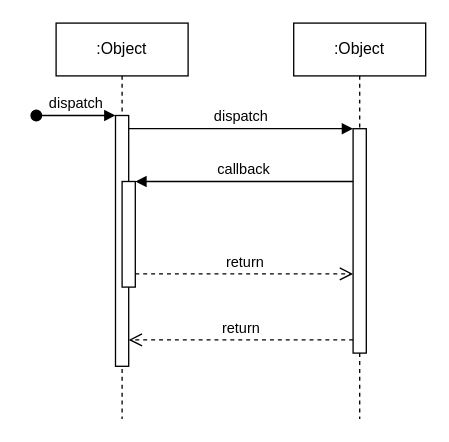
This is Diagrama sem nome.drawio from DielmeRamosGomes/rep-nuvem-dielme, a draw.io file, before an edit. Source tidied: cells renumbered, new cells numbered last; positions are measured from the earlier drawing's top-left corner, leaving out a move shared by most shapes. Both pictures are drawn from the tidied source at 132%, with x=0, y=0 at pixel (36, 22).
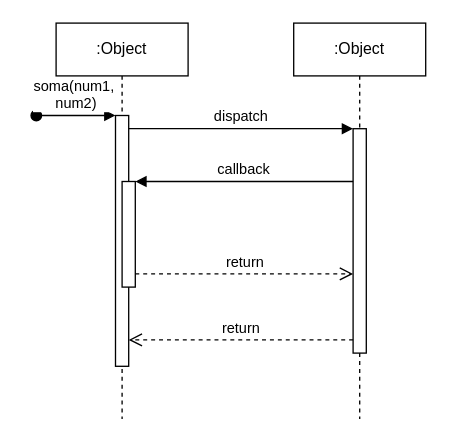
After the change.

Commit message:
diagrama-de-sequencia-teste

Diff of the diagram source:
```diff
@@
 <mxGraphModel>
   <root>
     <mxCell id="0" />
     <mxCell id="1" parent="0" />
     <mxCell id="2" value=":Object" style="shape=umlLifeline;perimeter=lifelinePerimeter;whiteSpace=wrap;html=1;newEdgeStyle={&quot;edgeStyle&quot;:&quot;elbowEdgeStyle&quot;,&quot;elbow&quot;:&quot;vertical&quot;,&quot;curved&quot;:0,&quot;rounded&quot;:0};" parent="1" vertex="1">
       <mxGeometry x="15" width="100" height="300" as="geometry" />
     </mxCell>
     <mxCell id="3" style="html=1;points=[];perimeter=orthogonalPerimeter;outlineConnect=0;targetShapes=umlLifeline;portConstraint=eastwest;newEdgeStyle={&quot;edgeStyle&quot;:&quot;elbowEdgeStyle&quot;,&quot;elbow&quot;:&quot;vertical&quot;,&quot;curved&quot;:0,&quot;rounded&quot;:0};" parent="2" vertex="1">
       <mxGeometry x="45" y="70" width="10" height="190" as="geometry" />
     </mxCell>
-    <mxCell id="4" value="dispatch" style="html=1;verticalAlign=bottom;startArrow=oval;endArrow=block;startSize=8;edgeStyle=elbowEdgeStyle;elbow=vertical;curved=0;rounded=0;" parent="2" edge="1" target="3">
+    <mxCell id="4" value="soma(num1,&amp;nbsp;&lt;div&gt;num2)&lt;/div&gt;" style="html=1;verticalAlign=bottom;startArrow=oval;endArrow=block;startSize=8;edgeStyle=elbowEdgeStyle;elbow=vertical;curved=0;rounded=0;" parent="2" edge="1" target="3">
       <mxGeometry relative="1" as="geometry">
         <mxPoint x="-15" y="70" as="sourcePoint" />
       </mxGeometry>
     </mxCell>
     <mxCell id="5" style="html=1;points=[];perimeter=orthogonalPerimeter;outlineConnect=0;targetShapes=umlLifeline;portConstraint=eastwest;newEdgeStyle={&quot;edgeStyle&quot;:&quot;elbowEdgeStyle&quot;,&quot;elbow&quot;:&quot;vertical&quot;,&quot;curved&quot;:0,&quot;rounded&quot;:0};" parent="2" vertex="1">
       <mxGeometry x="50" y="120" width="10" height="80" as="geometry" />
     </mxCell>
     <mxCell id="6" value=":Object" style="shape=umlLifeline;perimeter=lifelinePerimeter;whiteSpace=wrap;html=1;newEdgeStyle={&quot;edgeStyle&quot;:&quot;elbowEdgeStyle&quot;,&quot;elbow&quot;:&quot;vertical&quot;,&quot;curved&quot;:0,&quot;rounded&quot;:0};" parent="1" vertex="1">
       <mxGeometry x="195" width="100" height="300" as="geometry" />
     </mxCell>
     <mxCell id="7" style="html=1;points=[];perimeter=orthogonalPerimeter;outlineConnect=0;targetShapes=umlLifeline;portConstraint=eastwest;newEdgeStyle={&quot;edgeStyle&quot;:&quot;elbowEdgeStyle&quot;,&quot;elbow&quot;:&quot;vertical&quot;,&quot;curved&quot;:0,&quot;rounded&quot;:0};" parent="6" vertex="1">
       <mxGeometry x="45" y="80" width="10" height="170" as="geometry" />
     </mxCell>
     <mxCell id="8" value="dispatch" style="html=1;verticalAlign=bottom;endArrow=block;edgeStyle=elbowEdgeStyle;elbow=vertical;curved=0;rounded=0;" parent="1" edge="1" source="3" target="7">
       <mxGeometry relative="1" as="geometry">
         <Array as="points">
           <mxPoint x="155" y="80" />
         </Array>
       </mxGeometry>
     </mxCell>
     <mxCell id="9" value="return" style="html=1;verticalAlign=bottom;endArrow=open;dashed=1;endSize=8;edgeStyle=elbowEdgeStyle;elbow=vertical;curved=0;rounded=0;" parent="1" edge="1" source="7" target="3">
       <mxGeometry relative="1" as="geometry">
         <Array as="points">
           <mxPoint x="165" y="240" />
         </Array>
       </mxGeometry>
     </mxCell>
     <mxCell id="10" value="callback" style="html=1;verticalAlign=bottom;endArrow=block;edgeStyle=elbowEdgeStyle;elbow=vertical;curved=0;rounded=0;" parent="1" edge="1" source="7" target="5">
       <mxGeometry relative="1" as="geometry">
         <Array as="points">
           <mxPoint x="165" y="120" />
         </Array>
       </mxGeometry>
     </mxCell>
     <mxCell id="11" value="return" style="html=1;verticalAlign=bottom;endArrow=open;dashed=1;endSize=8;edgeStyle=elbowEdgeStyle;elbow=vertical;curved=0;rounded=0;" parent="1" edge="1" source="5" target="7">
       <mxGeometry relative="1" as="geometry">
         <Array as="points">
           <mxPoint x="155" y="190" />
         </Array>
       </mxGeometry>
     </mxCell>
   </root>
 </mxGraphModel>
```
